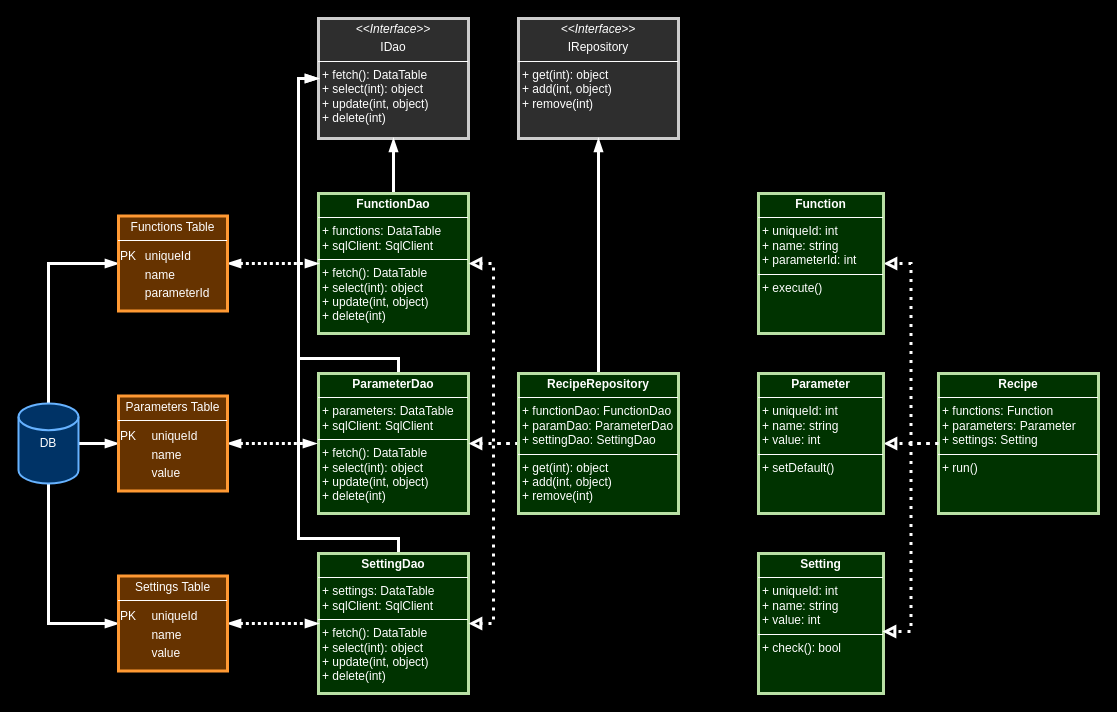
Before: page "Pagina-2" (2 of 2) of Q2.drawio in carlof80/prova296, a draw.io diagram. Source tidied: cells renumbered, new cells numbered last; positions are measured from the earlier drawing's top-left corner, leaving out a move shared by most shapes. Both pictures are drawn from the tidied source at 100%, with x=0, y=0 at pixel (18, 18).
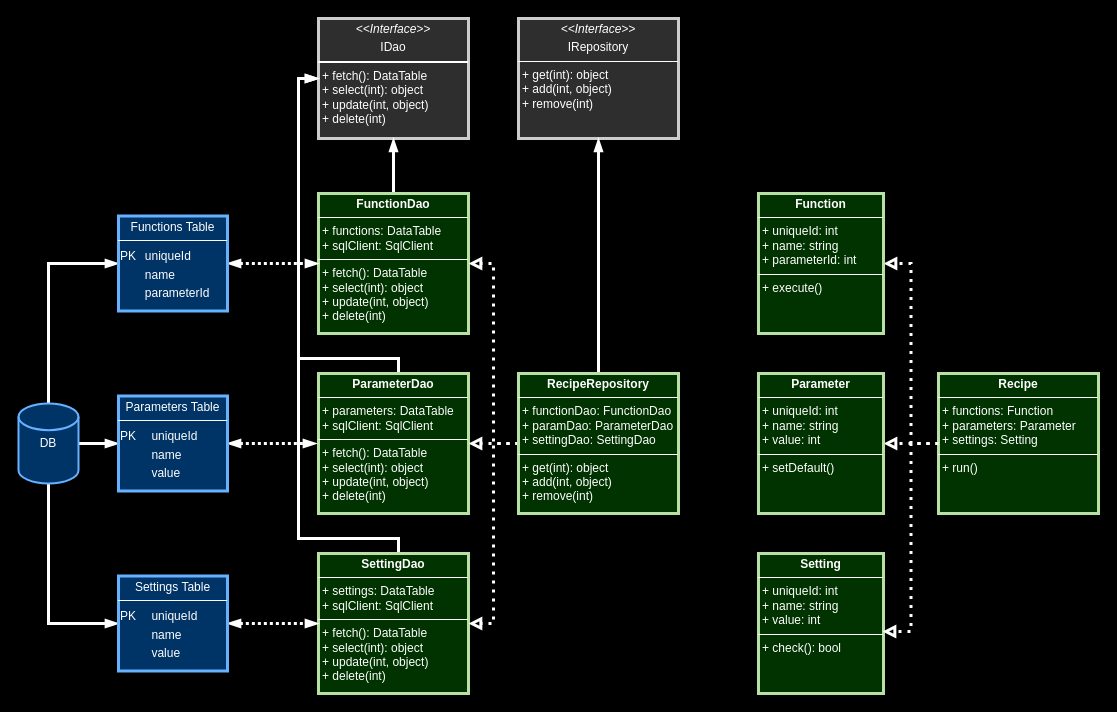
The same diagram, later.

Change to the diagram source:
```diff
@@
-    <mxCell id="6" value="&lt;p style=&quot;margin:0px;margin-top:4px;text-align:center;&quot;&gt;&lt;i&gt;&amp;lt;&amp;lt;Interface&amp;gt;&amp;gt;&lt;/i&gt;&lt;/p&gt;&lt;p style=&quot;margin:0px;margin-top:4px;text-align:center;&quot;&gt;IDao&lt;br&gt;&lt;/p&gt;&lt;hr size=&quot;1&quot; style=&quot;border-style:solid;&quot;&gt;&lt;p style=&quot;margin:0px;margin-left:4px;&quot;&gt;+ fetch(): DataTable&lt;br&gt;&lt;/p&gt;&lt;p style=&quot;margin:0px;margin-left:4px;&quot;&gt;+ select(int): object&lt;/p&gt;&lt;p style=&quot;margin:0px;margin-left:4px;&quot;&gt;+ update(int, object)&lt;/p&gt;&lt;p style=&quot;margin:0px;margin-left:4px;&quot;&gt;+ delete(int)&lt;/p&gt;" style="verticalAlign=top;align=left;overflow=fill;html=1;whiteSpace=wrap;fillColor=#2E2E2E;strokeColor=#CCCCCC;rounded=0;fontColor=#ffffff;fillStyle=solid;strokeWidth=3;fontFamily=Helvetica;fontSize=12;" parent="1" vertex="1">
+    <mxCell id="6" value="&lt;p style=&quot;margin: 4px 0px 0px; text-align: center; font-size: 12px;&quot;&gt;&lt;i style=&quot;font-size: 12px;&quot;&gt;&amp;lt;&amp;lt;Interface&amp;gt;&amp;gt;&lt;/i&gt;&lt;/p&gt;&lt;p style=&quot;margin: 4px 0px 0px; text-align: center; font-size: 12px;&quot;&gt;IDao&lt;br style=&quot;font-size: 12px;&quot;&gt;&lt;/p&gt;&lt;hr style=&quot;border-style: solid; font-size: 12px;&quot;&gt;&lt;p style=&quot;margin: 0px 0px 0px 4px; font-size: 12px;&quot;&gt;+ fetch(): DataTable&lt;br style=&quot;font-size: 12px;&quot;&gt;&lt;/p&gt;&lt;p style=&quot;margin: 0px 0px 0px 4px; font-size: 12px;&quot;&gt;+ select(int): object&lt;/p&gt;&lt;p style=&quot;margin: 0px 0px 0px 4px; font-size: 12px;&quot;&gt;+ update(int, object)&lt;/p&gt;&lt;p style=&quot;margin: 0px 0px 0px 4px; font-size: 12px;&quot;&gt;+ delete(int)&lt;/p&gt;" style="verticalAlign=top;align=left;overflow=fill;html=1;whiteSpace=wrap;fillColor=#2E2E2E;strokeColor=#CCCCCC;rounded=0;fontColor=#ffffff;fillStyle=solid;strokeWidth=3;fontFamily=Helvetica;fontSize=12;fontStyle=0;" parent="1" vertex="1">
       <mxGeometry x="300" width="150" height="120" as="geometry" />
     </mxCell>
@@
-    <mxCell id="27" value="&lt;p style=&quot;margin:0px;margin-top:4px;text-align:center;&quot;&gt;Functions Table&lt;/p&gt;&lt;hr size=&quot;1&quot; style=&quot;border-style:solid;&quot;&gt;&lt;table style=&quot;color: rgb(0, 0, 0); font-size: 1em; width: 110px;&quot; cellpadding=&quot;2&quot; cellspacing=&quot;0&quot;&gt;&lt;tbody&gt;&lt;tr&gt;&lt;td&gt;&lt;font color=&quot;#ffffff&quot;&gt;PK&lt;/font&gt;&lt;/td&gt;&lt;td&gt;&lt;font color=&quot;#ffffff&quot;&gt;uniqueId&lt;/font&gt;&lt;/td&gt;&lt;/tr&gt;&lt;tr&gt;&lt;td&gt;&lt;font color=&quot;#ffffff&quot;&gt;&lt;br&gt;&lt;/font&gt;&lt;/td&gt;&lt;td&gt;&lt;font color=&quot;#ffffff&quot;&gt;name&lt;/font&gt;&lt;/td&gt;&lt;/tr&gt;&lt;tr&gt;&lt;td&gt;&lt;/td&gt;&lt;td&gt;&lt;font color=&quot;#ffffff&quot;&gt;parameterId&lt;/font&gt;&lt;/td&gt;&lt;/tr&gt;&lt;/tbody&gt;&lt;/table&gt;" style="verticalAlign=top;align=left;overflow=fill;html=1;whiteSpace=wrap;fillColor=#663300;strokeColor=#FF9933;rounded=0;fontColor=#ffffff;fillStyle=solid;strokeWidth=3;fontFamily=Helvetica;fontSize=12;" parent="1" vertex="1">
+    <mxCell id="27" value="&lt;p style=&quot;margin:0px;margin-top:4px;text-align:center;&quot;&gt;Functions Table&lt;/p&gt;&lt;hr size=&quot;1&quot; style=&quot;border-style:solid;&quot;&gt;&lt;table style=&quot;color: rgb(0, 0, 0); font-size: 1em; width: 110px;&quot; cellpadding=&quot;2&quot; cellspacing=&quot;0&quot;&gt;&lt;tbody&gt;&lt;tr&gt;&lt;td&gt;&lt;font color=&quot;#ffffff&quot;&gt;PK&lt;/font&gt;&lt;/td&gt;&lt;td&gt;&lt;font color=&quot;#ffffff&quot;&gt;uniqueId&lt;/font&gt;&lt;/td&gt;&lt;/tr&gt;&lt;tr&gt;&lt;td&gt;&lt;font color=&quot;#ffffff&quot;&gt;&lt;br&gt;&lt;/font&gt;&lt;/td&gt;&lt;td&gt;&lt;font color=&quot;#ffffff&quot;&gt;name&lt;/font&gt;&lt;/td&gt;&lt;/tr&gt;&lt;tr&gt;&lt;td&gt;&lt;/td&gt;&lt;td&gt;&lt;font color=&quot;#ffffff&quot;&gt;parameterId&lt;/font&gt;&lt;/td&gt;&lt;/tr&gt;&lt;/tbody&gt;&lt;/table&gt;" style="verticalAlign=top;align=left;overflow=fill;html=1;whiteSpace=wrap;fillColor=#003366;strokeColor=#66B2FF;rounded=0;fontColor=#ffffff;fillStyle=solid;strokeWidth=3;fontFamily=Helvetica;fontSize=12;" parent="1" vertex="1">
       <mxGeometry x="100" y="197.5" width="109" height="95" as="geometry" />
     </mxCell>
@@
-    <mxCell id="29" value="&lt;p style=&quot;margin:0px;margin-top:4px;text-align:center;&quot;&gt;Parameters Table&lt;/p&gt;&lt;hr size=&quot;1&quot; style=&quot;border-style:solid;&quot;&gt;&lt;table style=&quot;color: rgb(0, 0, 0); font-size: 1em; width: 110px;&quot; cellpadding=&quot;2&quot; cellspacing=&quot;0&quot;&gt;&lt;tbody&gt;&lt;tr&gt;&lt;td&gt;&lt;font color=&quot;#ffffff&quot;&gt;PK&lt;/font&gt;&lt;/td&gt;&lt;td&gt;&lt;font color=&quot;#ffffff&quot;&gt;uniqueId&lt;/font&gt;&lt;/td&gt;&lt;/tr&gt;&lt;tr&gt;&lt;td&gt;&lt;font color=&quot;#ffffff&quot;&gt;&lt;br&gt;&lt;/font&gt;&lt;/td&gt;&lt;td&gt;&lt;font color=&quot;#ffffff&quot;&gt;name&lt;/font&gt;&lt;/td&gt;&lt;/tr&gt;&lt;tr&gt;&lt;td&gt;&lt;/td&gt;&lt;td&gt;&lt;font color=&quot;#ffffff&quot;&gt;value&lt;/font&gt;&lt;/td&gt;&lt;/tr&gt;&lt;/tbody&gt;&lt;/table&gt;" style="verticalAlign=top;align=left;overflow=fill;html=1;whiteSpace=wrap;fillColor=#663300;strokeColor=#FF9933;rounded=0;fontColor=#ffffff;fillStyle=solid;strokeWidth=3;fontFamily=Helvetica;fontSize=12;" parent="1" vertex="1">
+    <mxCell id="29" value="&lt;p style=&quot;margin:0px;margin-top:4px;text-align:center;&quot;&gt;Parameters Table&lt;/p&gt;&lt;hr size=&quot;1&quot; style=&quot;border-style:solid;&quot;&gt;&lt;table style=&quot;color: rgb(0, 0, 0); font-size: 1em; width: 110px;&quot; cellpadding=&quot;2&quot; cellspacing=&quot;0&quot;&gt;&lt;tbody&gt;&lt;tr&gt;&lt;td&gt;&lt;font color=&quot;#ffffff&quot;&gt;PK&lt;/font&gt;&lt;/td&gt;&lt;td&gt;&lt;font color=&quot;#ffffff&quot;&gt;uniqueId&lt;/font&gt;&lt;/td&gt;&lt;/tr&gt;&lt;tr&gt;&lt;td&gt;&lt;font color=&quot;#ffffff&quot;&gt;&lt;br&gt;&lt;/font&gt;&lt;/td&gt;&lt;td&gt;&lt;font color=&quot;#ffffff&quot;&gt;name&lt;/font&gt;&lt;/td&gt;&lt;/tr&gt;&lt;tr&gt;&lt;td&gt;&lt;/td&gt;&lt;td&gt;&lt;font color=&quot;#ffffff&quot;&gt;value&lt;/font&gt;&lt;/td&gt;&lt;/tr&gt;&lt;/tbody&gt;&lt;/table&gt;" style="verticalAlign=top;align=left;overflow=fill;html=1;whiteSpace=wrap;fillColor=#003366;strokeColor=#66B2FF;rounded=0;fontColor=#ffffff;fillStyle=solid;strokeWidth=3;fontFamily=Helvetica;fontSize=12;" parent="1" vertex="1">
       <mxGeometry x="100" y="377.5" width="109" height="95" as="geometry" />
     </mxCell>
@@
-    <mxCell id="31" value="&lt;p style=&quot;margin:0px;margin-top:4px;text-align:center;&quot;&gt;Settings Table&lt;/p&gt;&lt;hr size=&quot;1&quot; style=&quot;border-style:solid;&quot;&gt;&lt;table style=&quot;color: rgb(0, 0, 0); font-size: 1em; width: 110px;&quot; cellpadding=&quot;2&quot; cellspacing=&quot;0&quot;&gt;&lt;tbody&gt;&lt;tr&gt;&lt;td&gt;&lt;font color=&quot;#ffffff&quot;&gt;PK&lt;/font&gt;&lt;/td&gt;&lt;td&gt;&lt;font color=&quot;#ffffff&quot;&gt;uniqueId&lt;/font&gt;&lt;/td&gt;&lt;/tr&gt;&lt;tr&gt;&lt;td&gt;&lt;font color=&quot;#ffffff&quot;&gt;&lt;br&gt;&lt;/font&gt;&lt;/td&gt;&lt;td&gt;&lt;font color=&quot;#ffffff&quot;&gt;name&lt;/font&gt;&lt;/td&gt;&lt;/tr&gt;&lt;tr&gt;&lt;td&gt;&lt;/td&gt;&lt;td&gt;&lt;font color=&quot;#ffffff&quot;&gt;value&lt;/font&gt;&lt;/td&gt;&lt;/tr&gt;&lt;/tbody&gt;&lt;/table&gt;" style="verticalAlign=top;align=left;overflow=fill;html=1;whiteSpace=wrap;fillColor=#663300;strokeColor=#FF9933;rounded=0;fontColor=#ffffff;fillStyle=solid;strokeWidth=3;fontFamily=Helvetica;fontSize=12;" parent="1" vertex="1">
+    <mxCell id="31" value="&lt;p style=&quot;margin:0px;margin-top:4px;text-align:center;&quot;&gt;Settings Table&lt;/p&gt;&lt;hr size=&quot;1&quot; style=&quot;border-style:solid;&quot;&gt;&lt;table style=&quot;color: rgb(0, 0, 0); font-size: 1em; width: 110px;&quot; cellpadding=&quot;2&quot; cellspacing=&quot;0&quot;&gt;&lt;tbody&gt;&lt;tr&gt;&lt;td&gt;&lt;font color=&quot;#ffffff&quot;&gt;PK&lt;/font&gt;&lt;/td&gt;&lt;td&gt;&lt;font color=&quot;#ffffff&quot;&gt;uniqueId&lt;/font&gt;&lt;/td&gt;&lt;/tr&gt;&lt;tr&gt;&lt;td&gt;&lt;font color=&quot;#ffffff&quot;&gt;&lt;br&gt;&lt;/font&gt;&lt;/td&gt;&lt;td&gt;&lt;font color=&quot;#ffffff&quot;&gt;name&lt;/font&gt;&lt;/td&gt;&lt;/tr&gt;&lt;tr&gt;&lt;td&gt;&lt;/td&gt;&lt;td&gt;&lt;font color=&quot;#ffffff&quot;&gt;value&lt;/font&gt;&lt;/td&gt;&lt;/tr&gt;&lt;/tbody&gt;&lt;/table&gt;" style="verticalAlign=top;align=left;overflow=fill;html=1;whiteSpace=wrap;fillColor=#003366;strokeColor=#66B2FF;rounded=0;fontColor=#ffffff;fillStyle=solid;strokeWidth=3;fontFamily=Helvetica;fontSize=12;" parent="1" vertex="1">
       <mxGeometry x="100" y="557.5" width="109" height="95" as="geometry" />
     </mxCell>
```
